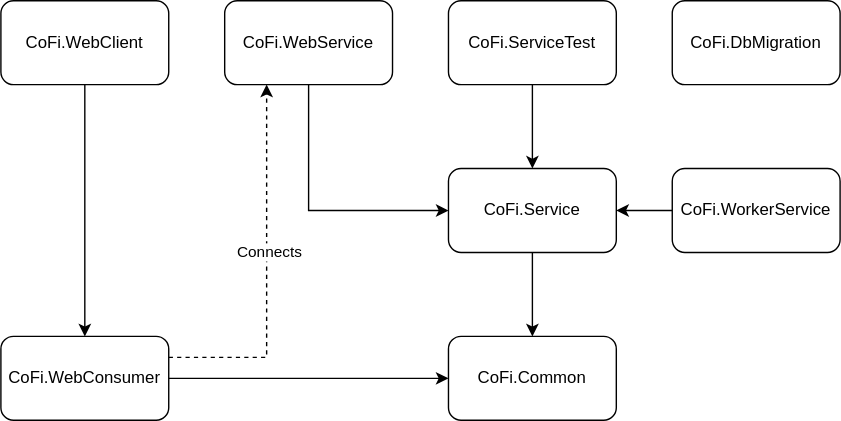
feifel/notion keeps this draw.io diagram as Diagrams/AnaSys/CoFi/CoFi.Project.Dependencies.svg. Above is the earlier version. Source tidied: cells renumbered, new cells last; positions are measured from the earlier drawing's top-left corner, leaving out a move shared by most shapes.
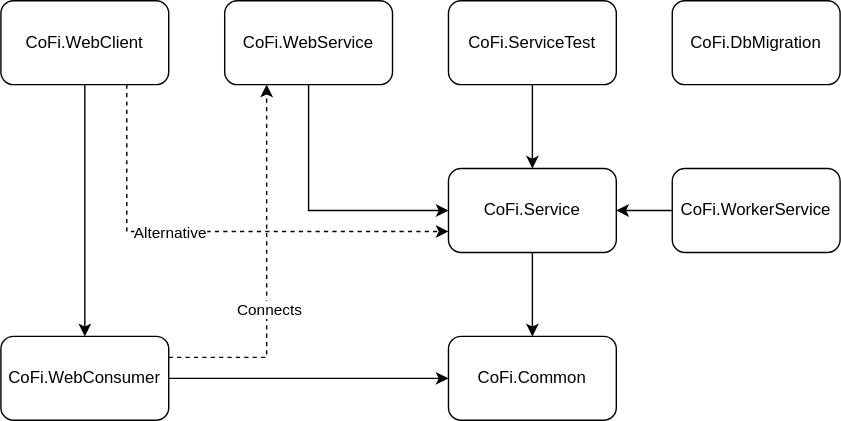
After the commit.

Diff of the diagram source:
```diff
@@ -18,7 +18,9 @@
       <mxGeometry relative="1" as="geometry" />
     </mxCell>
     <mxCell id="7" value="Connects" style="edgeLabel;html=1;align=center;verticalAlign=middle;" parent="6" vertex="1">
-      <mxGeometry x="0.1" y="-1" relative="1" as="geometry" />
+      <mxGeometry x="0.1" y="-1" relative="1" as="geometry">
+        <mxPoint y="41" as="offset" />
+      </mxGeometry>
     </mxCell>
     <mxCell id="8" value="CoFi.WebConsumer" style="rounded=1;whiteSpace=wrap;html=1;" parent="1" vertex="1">
       <mxGeometry y="240" width="120" height="60" as="geometry" />
@@ -49,6 +51,14 @@
     <mxCell id="16" style="edgeStyle=orthogonalEdgeStyle;rounded=0;jettySize=auto;html=1;exitX=0.5;exitY=1;exitDx=0;exitDy=0;entryX=0.5;entryY=0;entryDx=0;entryDy=0;" parent="1" edge="1" source="17" target="8">
       <mxGeometry relative="1" as="geometry" />
     </mxCell>
+    <mxCell id="19" style="edgeStyle=orthogonalEdgeStyle;rounded=0;jettySize=auto;html=1;exitX=0.75;exitY=1;exitDx=0;exitDy=0;entryX=0;entryY=0.75;entryDx=0;entryDy=0;dashed=1;" parent="1" edge="1" source="17" target="4">
+      <mxGeometry relative="1" as="geometry" />
+    </mxCell>
+    <mxCell id="20" value="Alternative" style="edgeLabel;html=1;align=center;verticalAlign=middle;" parent="19" vertex="1">
+      <mxGeometry x="-0.23" relative="1" as="geometry">
+        <mxPoint x="6" as="offset" />
+      </mxGeometry>
+    </mxCell>
     <mxCell id="17" value="CoFi.WebClient" style="rounded=1;whiteSpace=wrap;html=1;" parent="1" vertex="1">
       <mxGeometry width="120" height="60" as="geometry" />
     </mxCell>
```
